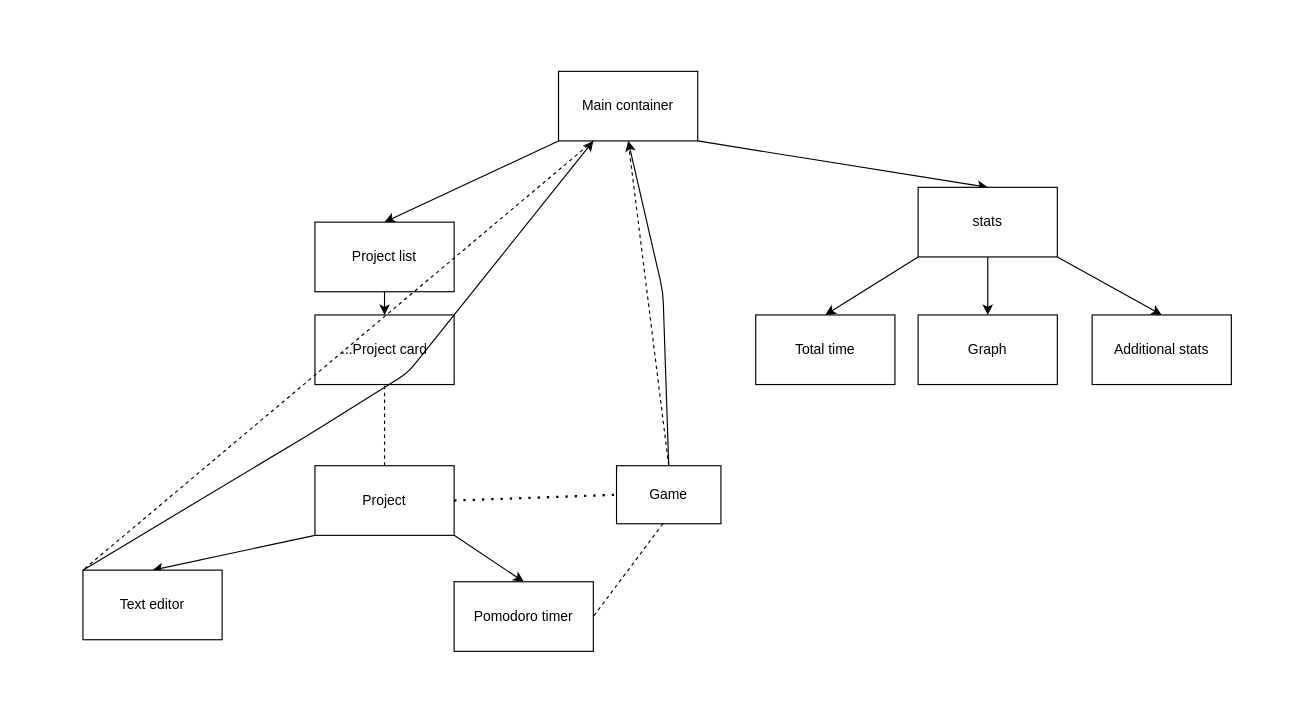
ekollie/Pomodoro keeps this draw.io diagram as main.drawio. Above is the earlier version. Source tidied: cells renumbered, new cells numbered last; positions are measured from the earlier drawing's top-left corner, leaving out a move shared by most shapes. Both pictures are drawn from the tidied source at 116%, with x=0, y=0 at pixel (82, 71).
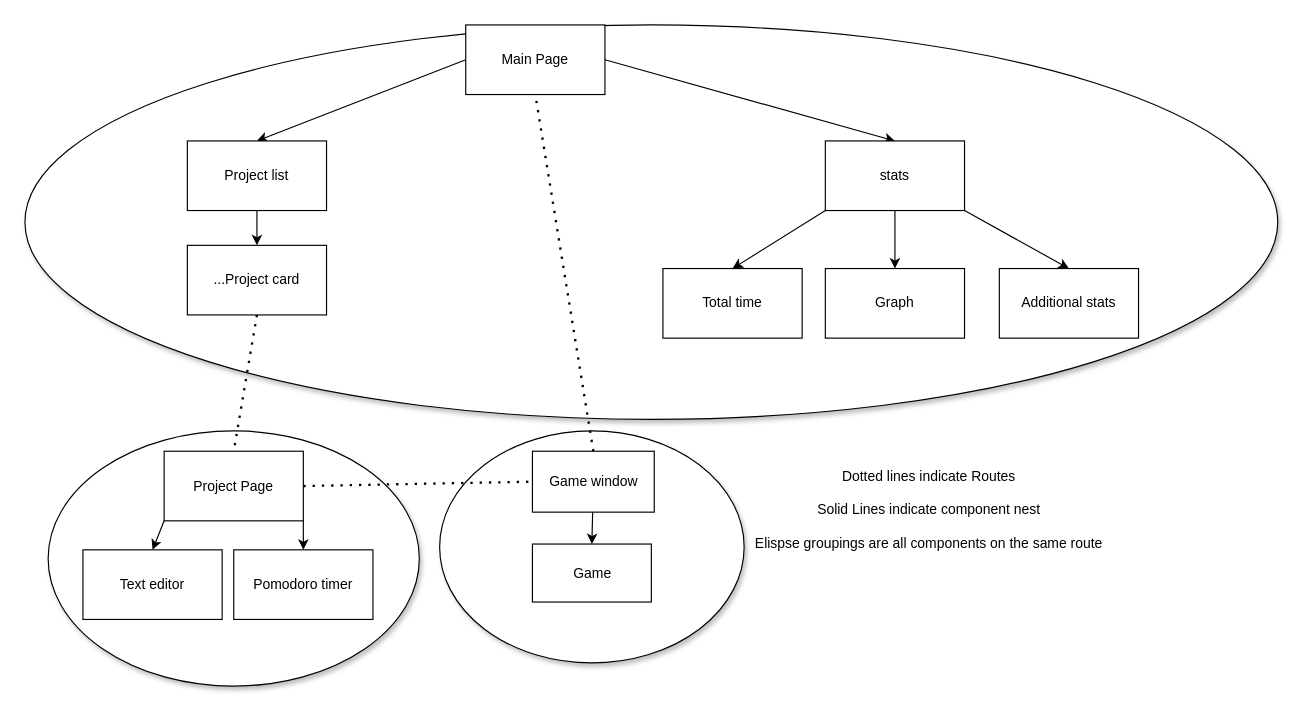
The same diagram, later.

Commit message (it also covers changes not shown here):
added drawio, screen shot

Diff of the diagram source:
```diff
@@
+    <mxCell id="28" style="ellipse;whiteSpace=wrap;html=1;shadow=1;rounded=0;" parent="1" vertex="1">
+      <mxGeometry x="307.5" y="310" width="262.5" height="200" as="geometry" />
+    </mxCell>
+    <mxCell id="29" style="ellipse;whiteSpace=wrap;html=1;shadow=1;rounded=0;" parent="1" vertex="1">
+      <mxGeometry x="-30" y="310" width="320" height="220" as="geometry" />
+    </mxCell>
+    <mxCell id="30" style="ellipse;whiteSpace=wrap;html=1;shadow=1;rounded=0;" parent="1" vertex="1">
+      <mxGeometry x="-50" y="-40" width="1080" height="340" as="geometry" />
+    </mxCell>
+    <mxCell id="31" value="Dotted lines indicate Routes&lt;br&gt;&lt;br&gt;Solid Lines indicate component nest&lt;br&gt;&lt;br&gt;Elispse groupings are all components on the same route" style="text;html=1;align=center;verticalAlign=middle;strokeColor=none;fillColor=none;shadow=1;rounded=0;" parent="1" vertex="1">
+      <mxGeometry x="569" y="332.5" width="320" height="90" as="geometry" />
+    </mxCell>
-    <mxCell id="2" style="edgeStyle=none;html=1;exitX=0;exitY=1;exitDx=0;exitDy=0;entryX=0.5;entryY=0;entryDx=0;entryDy=0;" parent="1" edge="1" source="4" target="6">
+    <mxCell id="2" style="edgeStyle=none;html=1;exitX=0;exitY=0.5;exitDx=0;exitDy=0;entryX=0.5;entryY=0;entryDx=0;entryDy=0;rounded=0;" parent="1" edge="1" source="4" target="6">
       <mxGeometry relative="1" as="geometry" />
     </mxCell>
-    <mxCell id="3" style="edgeStyle=none;html=1;exitX=1;exitY=1;exitDx=0;exitDy=0;entryX=0.5;entryY=0;entryDx=0;entryDy=0;" parent="1" edge="1" source="4" target="10">
+    <mxCell id="3" style="edgeStyle=none;html=1;exitX=1;exitY=0.5;exitDx=0;exitDy=0;entryX=0.5;entryY=0;entryDx=0;entryDy=0;rounded=0;" parent="1" edge="1" source="4" target="10">
       <mxGeometry relative="1" as="geometry" />
     </mxCell>
-    <mxCell id="4" value="Main container" style="rounded=0;whiteSpace=wrap;html=1;" parent="1" vertex="1">
-      <mxGeometry x="410" width="120" height="60" as="geometry" />
+    <mxCell id="4" value="Main Page" style="rounded=0;whiteSpace=wrap;html=1;" parent="1" vertex="1">
+      <mxGeometry x="330" y="-40" width="120" height="60" as="geometry" />
     </mxCell>
-    <mxCell id="5" style="edgeStyle=none;html=1;exitX=0.5;exitY=1;exitDx=0;exitDy=0;entryX=0.5;entryY=0;entryDx=0;entryDy=0;" parent="1" edge="1" source="6" target="14">
+    <mxCell id="5" style="edgeStyle=none;html=1;exitX=0.5;exitY=1;exitDx=0;exitDy=0;entryX=0.5;entryY=0;entryDx=0;entryDy=0;rounded=0;" parent="1" edge="1" source="6" target="14">
       <mxGeometry relative="1" as="geometry" />
     </mxCell>
     <mxCell id="6" value="Project list" style="rounded=0;whiteSpace=wrap;html=1;" parent="1" vertex="1">
-      <mxGeometry x="200" y="130" width="120" height="60" as="geometry" />
+      <mxGeometry x="90" y="60" width="120" height="60" as="geometry" />
     </mxCell>
-    <mxCell id="7" style="edgeStyle=none;html=1;exitX=0.5;exitY=1;exitDx=0;exitDy=0;entryX=0.5;entryY=0;entryDx=0;entryDy=0;" parent="1" edge="1" source="10" target="12">
+    <mxCell id="7" style="edgeStyle=none;html=1;exitX=0.5;exitY=1;exitDx=0;exitDy=0;entryX=0.5;entryY=0;entryDx=0;entryDy=0;rounded=0;" parent="1" edge="1" source="10" target="12">
       <mxGeometry relative="1" as="geometry" />
     </mxCell>
-    <mxCell id="8" style="edgeStyle=none;html=1;exitX=0;exitY=1;exitDx=0;exitDy=0;entryX=0.5;entryY=0;entryDx=0;entryDy=0;" parent="1" edge="1" source="10" target="11">
+    <mxCell id="8" style="edgeStyle=none;html=1;exitX=0;exitY=1;exitDx=0;exitDy=0;entryX=0.5;entryY=0;entryDx=0;entryDy=0;rounded=0;" parent="1" edge="1" source="10" target="11">
       <mxGeometry relative="1" as="geometry" />
     </mxCell>
-    <mxCell id="9" style="edgeStyle=none;html=1;exitX=1;exitY=1;exitDx=0;exitDy=0;entryX=0.5;entryY=0;entryDx=0;entryDy=0;" parent="1" edge="1" source="10" target="13">
+    <mxCell id="9" style="edgeStyle=none;html=1;exitX=1;exitY=1;exitDx=0;exitDy=0;entryX=0.5;entryY=0;entryDx=0;entryDy=0;rounded=0;" parent="1" edge="1" source="10" target="13">
       <mxGeometry relative="1" as="geometry" />
     </mxCell>
     <mxCell id="10" value="stats" style="rounded=0;whiteSpace=wrap;html=1;" parent="1" vertex="1">
-      <mxGeometry x="720" y="100" width="120" height="60" as="geometry" />
+      <mxGeometry x="640" y="60" width="120" height="60" as="geometry" />
     </mxCell>
     <mxCell id="11" value="Total time" style="rounded=0;whiteSpace=wrap;html=1;" parent="1" vertex="1">
-      <mxGeometry x="580" y="210" width="120" height="60" as="geometry" />
+      <mxGeometry x="500" y="170" width="120" height="60" as="geometry" />
     </mxCell>
     <mxCell id="12" value="Graph" style="rounded=0;whiteSpace=wrap;html=1;" parent="1" vertex="1">
-      <mxGeometry x="720" y="210" width="120" height="60" as="geometry" />
+      <mxGeometry x="640" y="170" width="120" height="60" as="geometry" />
     </mxCell>
     <mxCell id="13" value="Additional stats" style="rounded=0;whiteSpace=wrap;html=1;" parent="1" vertex="1">
-      <mxGeometry x="870" y="210" width="120" height="60" as="geometry" />
+      <mxGeometry x="790" y="170" width="120" height="60" as="geometry" />
     </mxCell>
     <mxCell id="14" value="...Project card" style="rounded=0;whiteSpace=wrap;html=1;" parent="1" vertex="1">
-      <mxGeometry x="200" y="210" width="120" height="60" as="geometry" />
+      <mxGeometry x="90" y="150" width="120" height="60" as="geometry" />
     </mxCell>
     <mxCell id="15" value="Pomodoro timer" style="rounded=0;whiteSpace=wrap;html=1;" parent="1" vertex="1">
-      <mxGeometry x="320" y="440" width="120" height="60" as="geometry" />
+      <mxGeometry x="130" y="412.5" width="120" height="60" as="geometry" />
     </mxCell>
-    <mxCell id="16" style="endArrow=none;dashed=1;html=1;entryX=0.5;entryY=1;entryDx=0;entryDy=0;exitX=0.5;exitY=0;exitDx=0;exitDy=0;" parent="1" edge="1" source="19" target="14">
-      <mxGeometry relative="1" as="geometry" />
-    </mxCell>
-    <mxCell id="17" style="edgeStyle=none;html=1;exitX=1;exitY=1;exitDx=0;exitDy=0;entryX=0.5;entryY=0;entryDx=0;entryDy=0;" parent="1" edge="1" source="19" target="15">
+    <mxCell id="17" style="edgeStyle=none;html=1;exitX=1;exitY=1;exitDx=0;exitDy=0;entryX=0.5;entryY=0;entryDx=0;entryDy=0;rounded=0;" parent="1" edge="1" source="19" target="15">
       <mxGeometry relative="1" as="geometry" />
     </mxCell>
-    <mxCell id="18" style="edgeStyle=none;html=1;exitX=0;exitY=1;exitDx=0;exitDy=0;entryX=0.5;entryY=0;entryDx=0;entryDy=0;" parent="1" edge="1" source="19" target="20">
+    <mxCell id="18" style="edgeStyle=none;html=1;exitX=0;exitY=1;exitDx=0;exitDy=0;entryX=0.5;entryY=0;entryDx=0;entryDy=0;rounded=0;" parent="1" edge="1" source="19" target="20">
       <mxGeometry relative="1" as="geometry" />
     </mxCell>
-    <mxCell id="19" value="Project" style="rounded=0;whiteSpace=wrap;html=1;" parent="1" vertex="1">
-      <mxGeometry x="200" y="340" width="120" height="60" as="geometry" />
+    <mxCell id="19" value="Project Page" style="rounded=0;whiteSpace=wrap;html=1;" parent="1" vertex="1">
+      <mxGeometry x="70" y="327.5" width="120" height="60" as="geometry" />
     </mxCell>
     <mxCell id="20" value="Text editor" style="rounded=0;whiteSpace=wrap;html=1;" parent="1" vertex="1">
-      <mxGeometry y="430" width="120" height="60" as="geometry" />
+      <mxGeometry y="412.5" width="120" height="60" as="geometry" />
     </mxCell>
+    <mxCell id="32" style="edgeStyle=none;html=1;entryX=0.5;entryY=0;entryDx=0;entryDy=0;rounded=0;" parent="1" edge="1" source="21" target="35">
+      <mxGeometry relative="1" as="geometry" />
+    </mxCell>
-    <mxCell id="21" value="Game" style="rounded=0;whiteSpace=wrap;html=1;" parent="1" vertex="1">
-      <mxGeometry x="460" y="340" width="90" height="50" as="geometry" />
+    <mxCell id="21" value="Game window" style="rounded=0;whiteSpace=wrap;html=1;" parent="1" vertex="1">
+      <mxGeometry x="387.5" y="327.5" width="105" height="52.5" as="geometry" />
     </mxCell>
-    <mxCell id="22" style="endArrow=none;dashed=1;html=1;entryX=1;entryY=0.5;entryDx=0;entryDy=0;" parent="1" edge="1" target="15">
-      <mxGeometry relative="1" as="geometry">
-        <mxPoint x="500" y="390" as="sourcePoint" />
-      </mxGeometry>
-    </mxCell>
+    <mxCell id="33" style="endArrow=none;dashed=1;html=1;dashPattern=1 3;strokeWidth=2;exitX=0.5;exitY=1;exitDx=0;exitDy=0;entryX=0.5;entryY=0;entryDx=0;entryDy=0;rounded=0;" parent="1" edge="1" source="14" target="19">
+      <mxGeometry relative="1" as="geometry" />
+    </mxCell>
-    <mxCell id="23" style="endArrow=none;dashed=1;html=1;dashPattern=1 3;strokeWidth=2;entryX=0;entryY=0.5;entryDx=0;entryDy=0;exitX=1;exitY=0.5;exitDx=0;exitDy=0;" parent="1" edge="1" source="19" target="21">
+    <mxCell id="23" style="endArrow=none;dashed=1;html=1;dashPattern=1 3;strokeWidth=2;exitX=1;exitY=0.5;exitDx=0;exitDy=0;entryX=0;entryY=0.5;entryDx=0;entryDy=0;rounded=0;" parent="1" edge="1" source="19" target="21">
       <mxGeometry relative="1" as="geometry" />
     </mxCell>
-    <mxCell id="24" style="endArrow=none;dashed=1;html=1;exitX=0.5;exitY=0;exitDx=0;exitDy=0;entryX=0.5;entryY=1;entryDx=0;entryDy=0;" parent="1" edge="1" source="21" target="4">
-      <mxGeometry relative="1" as="geometry" />
-    </mxCell>
-    <mxCell id="25" style="endArrow=none;dashed=1;html=1;exitX=0.25;exitY=1;exitDx=0;exitDy=0;entryX=0;entryY=0;entryDx=0;entryDy=0;" parent="1" edge="1" source="4" target="20">
-      <mxGeometry relative="1" as="geometry" />
-    </mxCell>
-    <mxCell id="26" style="endArrow=classic;html=1;exitX=0.5;exitY=0;exitDx=0;exitDy=0;entryX=0.5;entryY=1;entryDx=0;entryDy=0;" parent="1" edge="1" source="21" target="4">
-      <mxGeometry relative="1" as="geometry">
-        <Array as="points">
-          <mxPoint x="500" y="190" />
-        </Array>
-      </mxGeometry>
-    </mxCell>
-    <mxCell id="27" style="endArrow=classic;html=1;exitX=0;exitY=0;exitDx=0;exitDy=0;" parent="1" edge="1" source="20">
-      <mxGeometry relative="1" as="geometry">
-        <mxPoint x="440" y="60" as="targetPoint" />
-        <Array as="points">
-          <mxPoint x="200" y="310" />
-          <mxPoint x="280" y="260" />
-        </Array>
-      </mxGeometry>
-    </mxCell>
+    <mxCell id="34" style="endArrow=none;dashed=1;html=1;dashPattern=1 3;strokeWidth=2;exitX=0.5;exitY=0;exitDx=0;exitDy=0;entryX=0.5;entryY=1;entryDx=0;entryDy=0;rounded=0;" parent="1" edge="1" source="21" target="4">
+      <mxGeometry relative="1" as="geometry" />
+    </mxCell>
+    <mxCell id="35" value="Game" style="rounded=0;whiteSpace=wrap;html=1;" parent="1" vertex="1">
+      <mxGeometry x="387.5" y="407.5" width="102.5" height="50" as="geometry" />
+    </mxCell>
```
